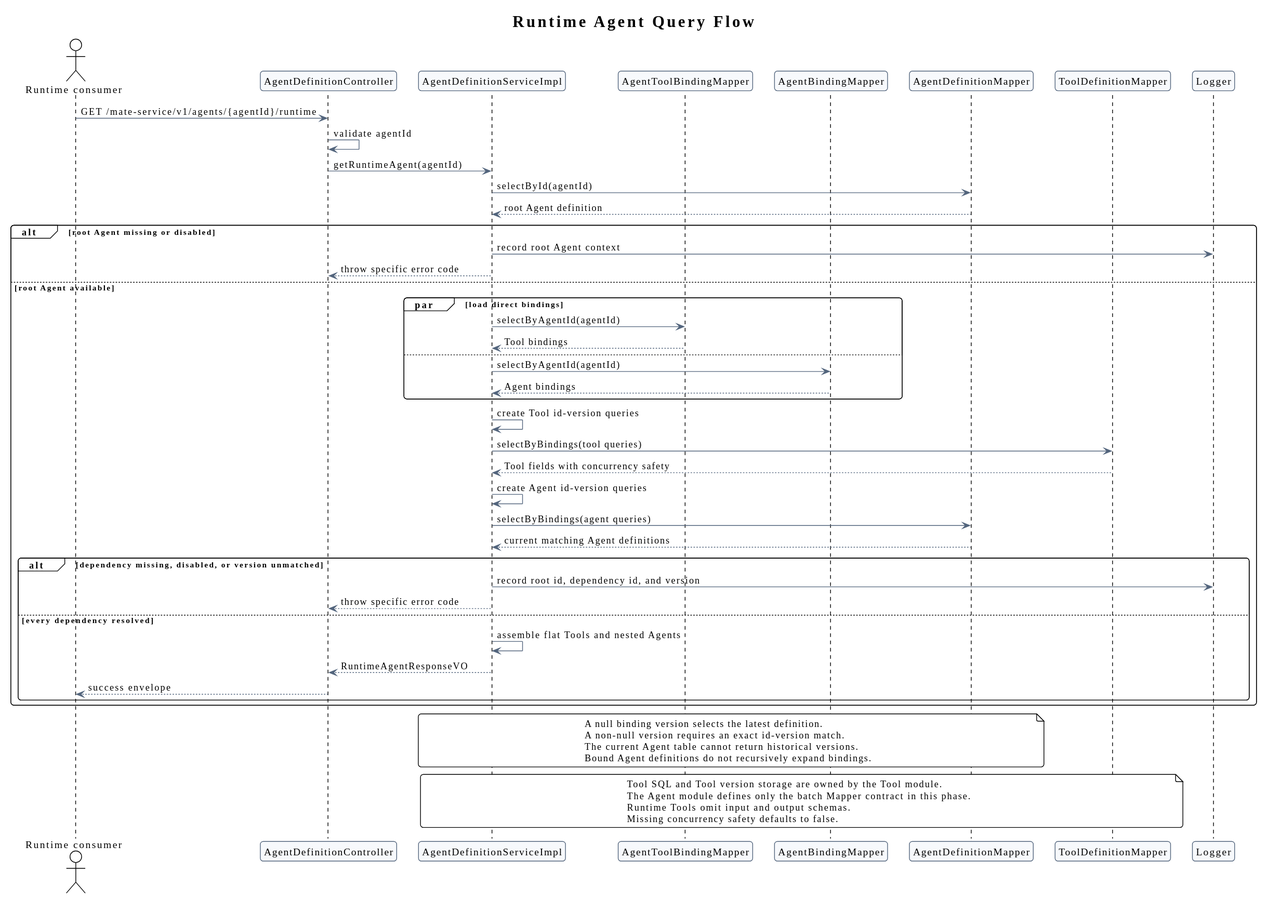
ssm0808/pi-mono-java-design keeps this PlantUML diagram as agent-metadata-gaussdb-design/runtime_agent_query_flow.svg. Above is the earlier version. Its diagram source:
```plantuml
@startuml
!theme plain
title Runtime Agent Query Flow

skinparam backgroundColor #FFFFFF
skinparam shadowing false
skinparam roundcorner 8
skinparam sequenceArrowThickness 1
skinparam ArrowColor #53657D
skinparam ParticipantBorderColor #53657D
skinparam ParticipantBackgroundColor #F7F9FC


actor "Runtime consumer" as Consumer
participant AgentDefinitionController as Controller
participant AgentDefinitionServiceImpl as Service
participant AgentToolBindingMapper as ToolBindingMapper
participant AgentBindingMapper as AgentBindingMapper
participant AgentDefinitionMapper as DefinitionMapper
participant ToolDefinitionMapper as ToolMapper
participant Logger

Consumer -> Controller: GET /mate-service/v1/agents/{agentId}/runtime
Controller -> Controller: validate agentId
Controller -> Service: getRuntimeAgent(agentId)
Service -> DefinitionMapper: selectById(agentId)
DefinitionMapper --> Service: root Agent definition

alt root Agent missing or disabled
  Service -> Logger: record root Agent context
  Service --> Controller: throw specific error code
else root Agent available
  par load direct bindings
    Service -> ToolBindingMapper: selectByAgentId(agentId)
    ToolBindingMapper --> Service: Tool bindings
  else
    Service -> AgentBindingMapper: selectByAgentId(agentId)
    AgentBindingMapper --> Service: Agent bindings
  end

  Service -> Service: create Tool id-version queries
  Service -> ToolMapper: selectByBindings(tool queries)
  ToolMapper --> Service: Tool fields with concurrency safety
  Service -> Service: create Agent id-version queries
  Service -> DefinitionMapper: selectByBindings(agent queries)
  DefinitionMapper --> Service: current matching Agent definitions

  alt dependency missing, disabled, or version unmatched
    Service -> Logger: record root id, dependency id, and version
    Service --> Controller: throw specific error code
  else every dependency resolved
    Service -> Service: assemble flat Tools and nested Agents
    Service --> Controller: RuntimeAgentResponseVO
    Controller --> Consumer: success envelope
  end
end

note over Service,DefinitionMapper
  A null binding version selects the latest definition.
  A non-null version requires an exact id-version match.
  The current Agent table cannot return historical versions.
  Bound Agent definitions do not recursively expand bindings.
end note

note over Service,ToolMapper
  Tool SQL and Tool version storage are owned by the Tool module.
  The Agent module defines only the batch Mapper contract in this phase.
  Runtime Tools omit input and output schemas.
  Missing concurrency safety defaults to false.
end note
@enduml
```
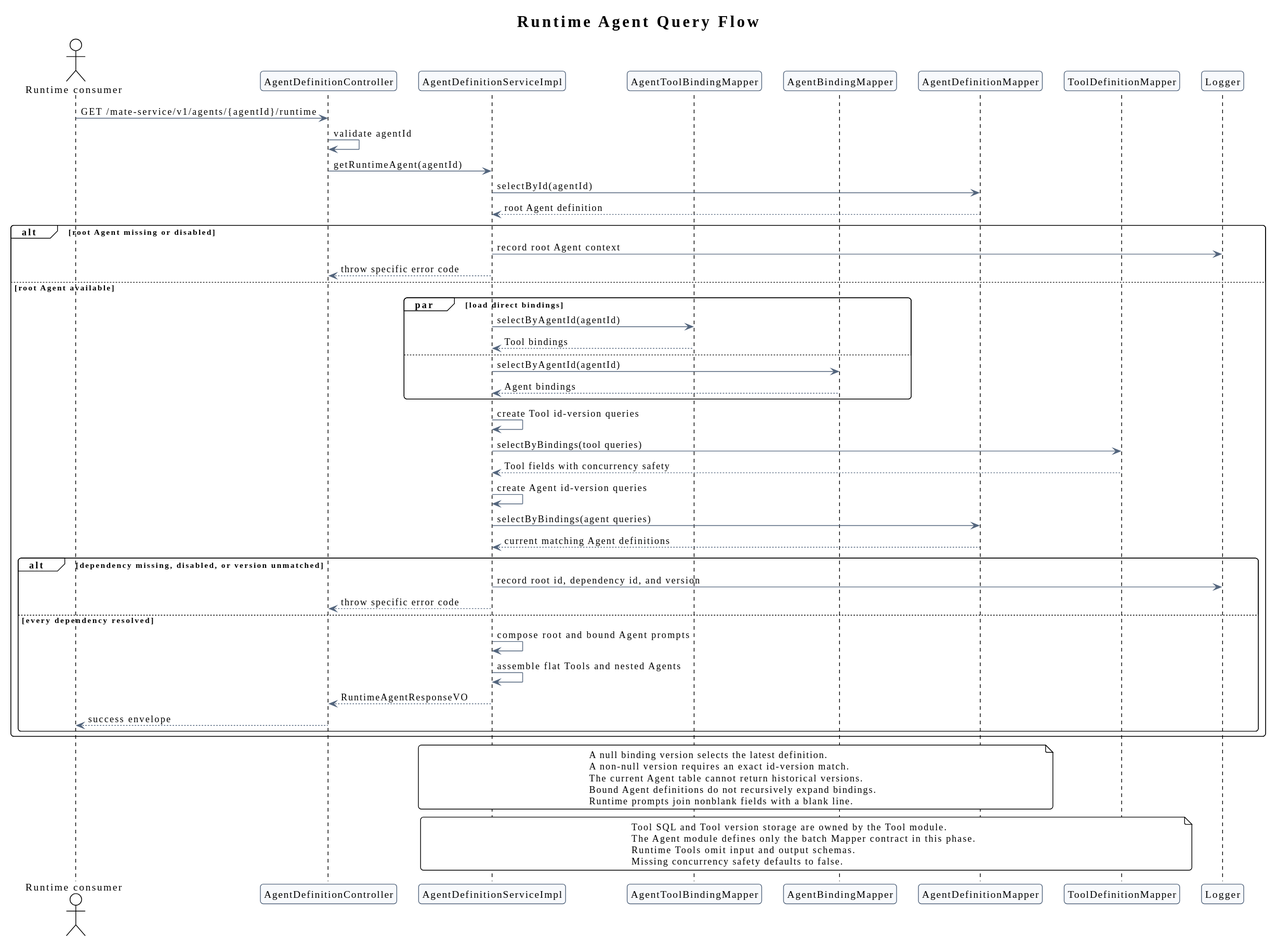
After the change.

Commit message:
docs(agent): define runtime system prompt composition

What changed in the source:
```diff
@@ -49,6 +49,7 @@
     Service -> Logger: record root id, dependency id, and version
     Service --> Controller: throw specific error code
   else every dependency resolved
+    Service -> Service: compose root and bound Agent prompts
     Service -> Service: assemble flat Tools and nested Agents
     Service --> Controller: RuntimeAgentResponseVO
     Controller --> Consumer: success envelope
@@ -60,6 +61,7 @@
   A non-null version requires an exact id-version match.
   The current Agent table cannot return historical versions.
   Bound Agent definitions do not recursively expand bindings.
+  Runtime prompts join nonblank fields with a blank line.
 end note
 
 note over Service,ToolMapper
```
